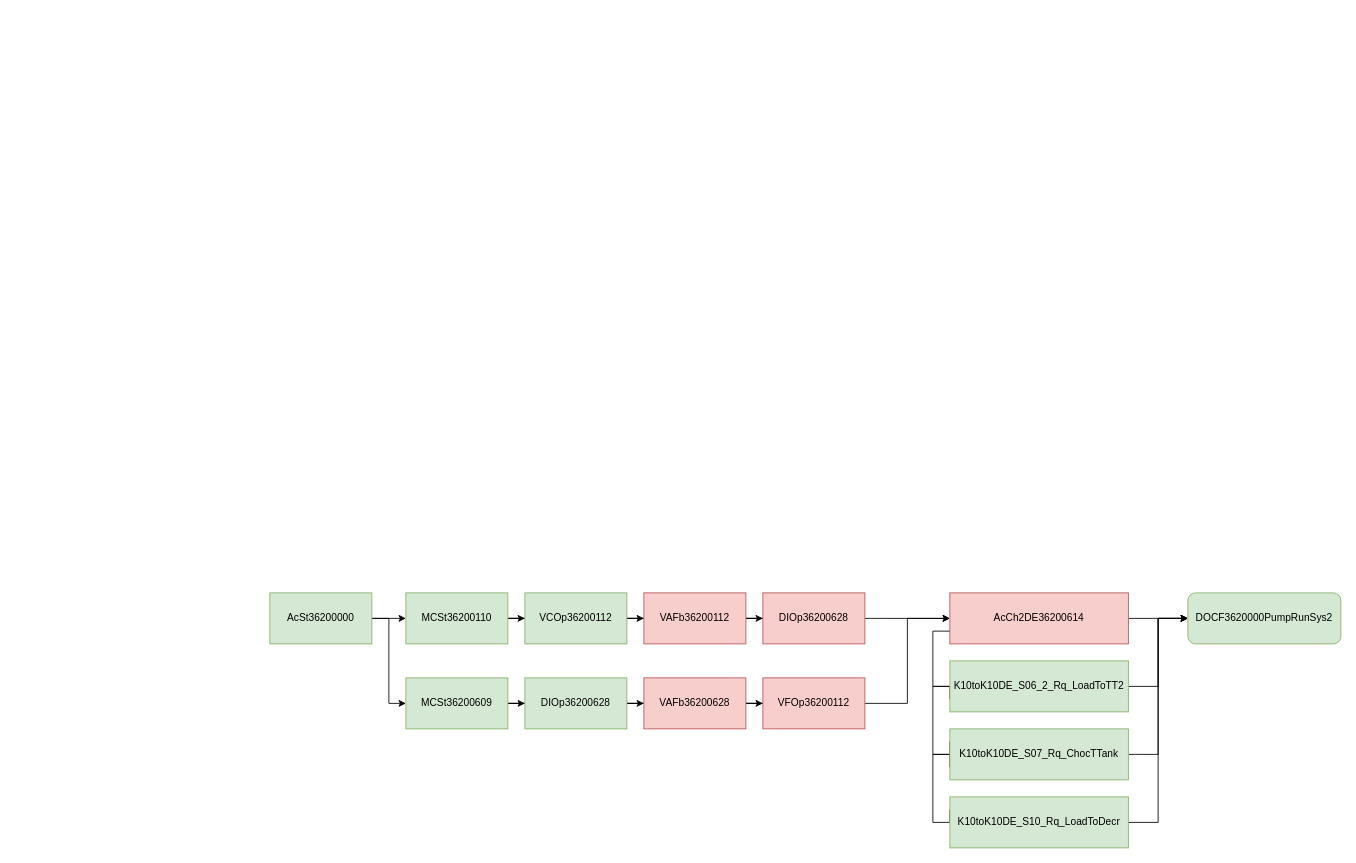
Before: Фильтра BL2.drawio in Emakarov11/drawio, a draw.io diagram. Source tidied: cells renumbered, new cells numbered last; positions are measured from the earlier drawing's top-left corner, leaving out a move shared by most shapes. Both pictures are drawn from the tidied source at 85%, with x=0, y=0 at pixel (269, 592).
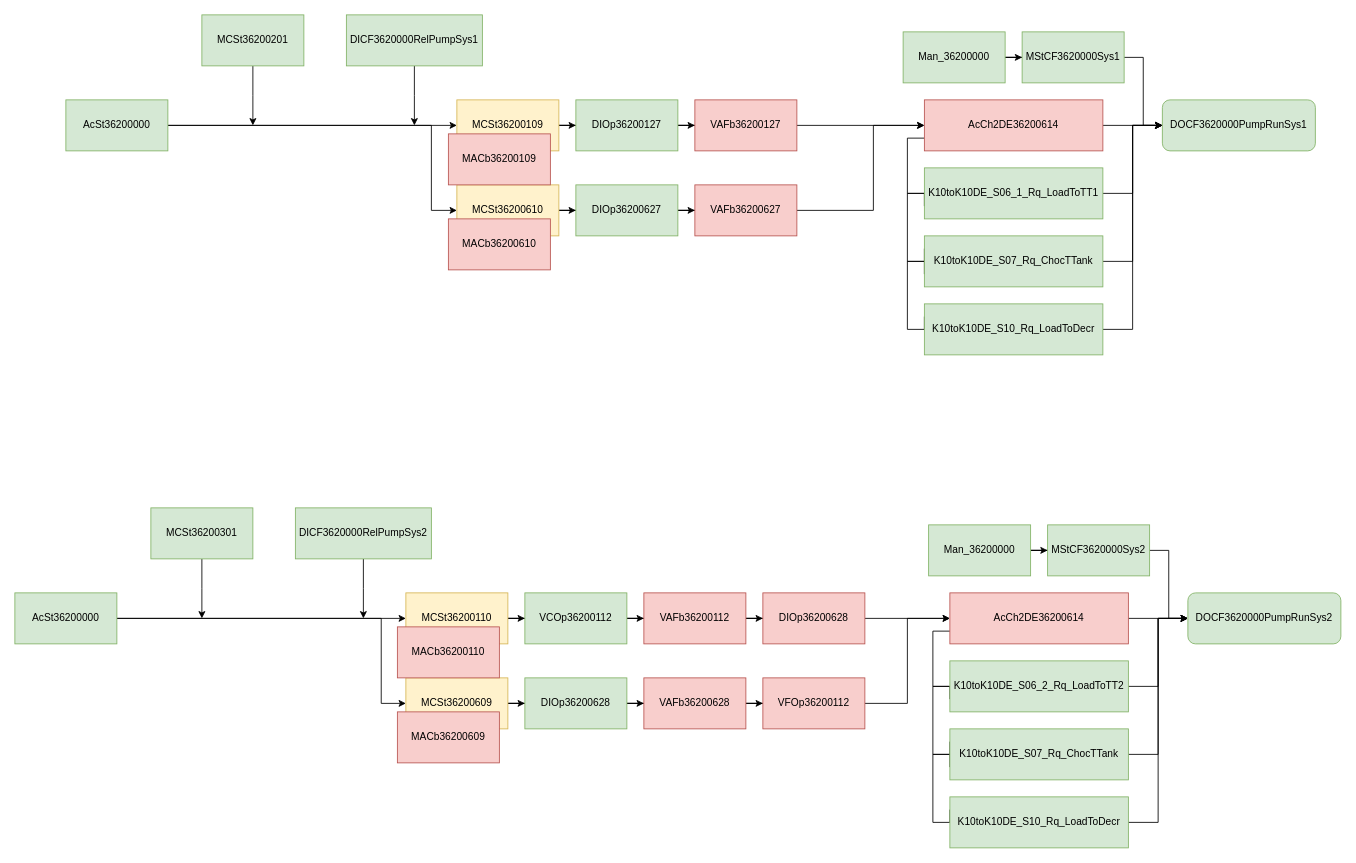
The same page after the edit.

The change refers to these unchanged cells:
```xml
<mxCell id="32" value="DOCF3620000PumpRunSys2" style="rounded=1;whiteSpace=wrap;html=1;fillColor=#d5e8d4;strokeColor=#82b366;" parent="1" vertex="1">
  <mxGeometry x="1080" width="180" height="60" as="geometry" />
</mxCell>
```

Change to the diagram source:
```diff
@@
     <mxCell id="3" style="edgeStyle=orthogonalEdgeStyle;rounded=0;jettySize=auto;html=1;entryX=0;entryY=0.5;entryDx=0;entryDy=0;" parent="1" edge="1" source="4" target="14">
-      <mxGeometry relative="1" as="geometry" />
+      <mxGeometry relative="1" as="geometry">
+        <Array as="points">
+          <mxPoint x="131" y="30" />
+          <mxPoint x="131" y="130" />
+        </Array>
+      </mxGeometry>
     </mxCell>
     <mxCell id="4" value="AcSt36200000" style="rounded=0;whiteSpace=wrap;html=1;fillColor=#d5e8d4;strokeColor=#82b366;" parent="1" vertex="1">
-      <mxGeometry width="120" height="60" as="geometry" />
+      <mxGeometry x="-300" width="120" height="60" as="geometry" />
     </mxCell>
@@
-    <mxCell id="6" value="MCSt36200110" style="rounded=0;whiteSpace=wrap;html=1;fillColor=#d5e8d4;strokeColor=#82b366;" parent="1" vertex="1">
+    <mxCell id="6" value="MCSt36200110" style="rounded=0;whiteSpace=wrap;html=1;fillColor=#fff2cc;strokeColor=#d6b656;" parent="1" vertex="1">
       <mxGeometry x="160" width="120" height="60" as="geometry" />
     </mxCell>
@@
-    <mxCell id="14" value="MCSt36200609" style="rounded=0;whiteSpace=wrap;html=1;fillColor=#d5e8d4;strokeColor=#82b366;" parent="1" vertex="1">
+    <mxCell id="14" value="MCSt36200609" style="rounded=0;whiteSpace=wrap;html=1;fillColor=#fff2cc;strokeColor=#d6b656;" parent="1" vertex="1">
       <mxGeometry x="160" y="100" width="120" height="60" as="geometry" />
     </mxCell>
@@
+    <mxCell id="33" style="edgeStyle=orthogonalEdgeStyle;rounded=0;jettySize=auto;html=1;" parent="1" edge="1" source="34" target="36">
+      <mxGeometry relative="1" as="geometry" />
+    </mxCell>
+    <mxCell id="34" value="Man_36200000" style="rounded=0;whiteSpace=wrap;html=1;fillColor=#d5e8d4;strokeColor=#82b366;" parent="1" vertex="1">
+      <mxGeometry x="775" y="-80" width="120" height="60" as="geometry" />
+    </mxCell>
+    <mxCell id="35" style="edgeStyle=orthogonalEdgeStyle;rounded=0;jettySize=auto;html=1;entryX=0;entryY=0.5;entryDx=0;entryDy=0;" parent="1" edge="1" source="36" target="32">
+      <mxGeometry relative="1" as="geometry" />
+    </mxCell>
+    <mxCell id="36" value="MStCF3620000Sys2" style="rounded=0;whiteSpace=wrap;html=1;fillColor=#d5e8d4;strokeColor=#82b366;" parent="1" vertex="1">
+      <mxGeometry x="915" y="-80" width="120" height="60" as="geometry" />
+    </mxCell>
+    <mxCell id="37" value="MACb36200609" style="rounded=0;whiteSpace=wrap;html=1;fillColor=#f8cecc;strokeColor=#b85450;" parent="1" vertex="1">
+      <mxGeometry x="150" y="140" width="120" height="60" as="geometry" />
+    </mxCell>
+    <mxCell id="38" value="MACb36200110" style="rounded=0;whiteSpace=wrap;html=1;fillColor=#f8cecc;strokeColor=#b85450;" parent="1" vertex="1">
+      <mxGeometry x="150" y="40" width="120" height="60" as="geometry" />
+    </mxCell>
+    <mxCell id="39" style="edgeStyle=orthogonalEdgeStyle;rounded=0;jettySize=auto;html=1;" parent="1" edge="1" source="40">
+      <mxGeometry relative="1" as="geometry">
+        <mxPoint x="110" y="30" as="targetPoint" />
+      </mxGeometry>
+    </mxCell>
+    <mxCell id="40" value="DICF3620000RelPumpSys2" style="rounded=0;whiteSpace=wrap;html=1;fillColor=#d5e8d4;strokeColor=#82b366;" parent="1" vertex="1">
+      <mxGeometry x="30" y="-100" width="160" height="60" as="geometry" />
+    </mxCell>
+    <mxCell id="41" style="edgeStyle=orthogonalEdgeStyle;rounded=0;jettySize=auto;html=1;" parent="1" edge="1" source="42">
+      <mxGeometry relative="1" as="geometry">
+        <mxPoint x="-80" y="30" as="targetPoint" />
+      </mxGeometry>
+    </mxCell>
+    <mxCell id="42" value="MCSt36200301" style="rounded=0;whiteSpace=wrap;html=1;fillColor=#d5e8d4;strokeColor=#82b366;" parent="1" vertex="1">
+      <mxGeometry x="-140" y="-100" width="120" height="60" as="geometry" />
+    </mxCell>
+    <mxCell id="43" style="edgeStyle=orthogonalEdgeStyle;rounded=0;jettySize=auto;html=1;" parent="1" edge="1" source="45" target="47">
+      <mxGeometry relative="1" as="geometry" />
+    </mxCell>
+    <mxCell id="44" style="edgeStyle=orthogonalEdgeStyle;rounded=0;jettySize=auto;html=1;entryX=0;entryY=0.5;entryDx=0;entryDy=0;" parent="1" edge="1" source="45" target="53">
+      <mxGeometry relative="1" as="geometry">
+        <Array as="points">
+          <mxPoint x="190" y="-550" />
+          <mxPoint x="190" y="-450" />
+        </Array>
+      </mxGeometry>
+    </mxCell>
+    <mxCell id="45" value="AcSt36200000" style="rounded=0;whiteSpace=wrap;html=1;fillColor=#d5e8d4;strokeColor=#82b366;" parent="1" vertex="1">
+      <mxGeometry x="-240" y="-580" width="120" height="60" as="geometry" />
+    </mxCell>
+    <mxCell id="46" style="edgeStyle=orthogonalEdgeStyle;rounded=0;jettySize=auto;html=1;" parent="1" edge="1" source="47" target="49">
+      <mxGeometry relative="1" as="geometry" />
+    </mxCell>
+    <mxCell id="47" value="MCSt36200109" style="rounded=0;whiteSpace=wrap;html=1;fillColor=#fff2cc;strokeColor=#d6b656;" parent="1" vertex="1">
+      <mxGeometry x="220" y="-580" width="120" height="60" as="geometry" />
+    </mxCell>
+    <mxCell id="48" style="edgeStyle=orthogonalEdgeStyle;rounded=0;jettySize=auto;html=1;" parent="1" edge="1" source="49" target="51">
+      <mxGeometry relative="1" as="geometry" />
+    </mxCell>
+    <mxCell id="49" value="DIOp36200127" style="rounded=0;whiteSpace=wrap;html=1;fillColor=#d5e8d4;strokeColor=#82b366;" parent="1" vertex="1">
+      <mxGeometry x="360" y="-580" width="120" height="60" as="geometry" />
+    </mxCell>
+    <mxCell id="50" style="edgeStyle=orthogonalEdgeStyle;rounded=0;jettySize=auto;html=1;entryX=0;entryY=0.5;entryDx=0;entryDy=0;" parent="1" edge="1" source="51" target="60">
+      <mxGeometry relative="1" as="geometry" />
+    </mxCell>
+    <mxCell id="51" value="VAFb36200127" style="rounded=0;whiteSpace=wrap;html=1;fillColor=#f8cecc;strokeColor=#b85450;" parent="1" vertex="1">
+      <mxGeometry x="500" y="-580" width="120" height="60" as="geometry" />
+    </mxCell>
+    <mxCell id="52" style="edgeStyle=orthogonalEdgeStyle;rounded=0;jettySize=auto;html=1;" parent="1" edge="1" source="53" target="55">
+      <mxGeometry relative="1" as="geometry" />
+    </mxCell>
+    <mxCell id="53" value="MCSt36200610" style="rounded=0;whiteSpace=wrap;html=1;fillColor=#fff2cc;strokeColor=#d6b656;" parent="1" vertex="1">
+      <mxGeometry x="220" y="-480" width="120" height="60" as="geometry" />
+    </mxCell>
+    <mxCell id="54" style="edgeStyle=orthogonalEdgeStyle;rounded=0;jettySize=auto;html=1;" parent="1" edge="1" source="55" target="57">
+      <mxGeometry relative="1" as="geometry" />
+    </mxCell>
+    <mxCell id="55" value="DIOp36200627" style="rounded=0;whiteSpace=wrap;html=1;fillColor=#d5e8d4;strokeColor=#82b366;" parent="1" vertex="1">
+      <mxGeometry x="360" y="-480" width="120" height="60" as="geometry" />
+    </mxCell>
+    <mxCell id="56" style="edgeStyle=orthogonalEdgeStyle;rounded=0;jettySize=auto;html=1;" parent="1" edge="1" source="57">
+      <mxGeometry relative="1" as="geometry">
+        <mxPoint x="770" y="-550" as="targetPoint" />
+        <Array as="points">
+          <mxPoint x="710" y="-450" />
+          <mxPoint x="710" y="-550" />
+        </Array>
+      </mxGeometry>
+    </mxCell>
+    <mxCell id="57" value="VAFb36200627" style="rounded=0;whiteSpace=wrap;html=1;fillColor=#f8cecc;strokeColor=#b85450;" parent="1" vertex="1">
+      <mxGeometry x="500" y="-480" width="120" height="60" as="geometry" />
+    </mxCell>
+    <mxCell id="58" style="edgeStyle=orthogonalEdgeStyle;rounded=0;jettySize=auto;html=1;entryX=0;entryY=0.5;entryDx=0;entryDy=0;" parent="1" edge="1" source="60" target="69">
+      <mxGeometry relative="1" as="geometry" />
+    </mxCell>
+    <mxCell id="59" style="edgeStyle=orthogonalEdgeStyle;rounded=0;jettySize=auto;html=1;exitX=0;exitY=0.75;exitDx=0;exitDy=0;entryX=0;entryY=0.5;entryDx=0;entryDy=0;endArrow=none;endFill=0;" parent="1" edge="1" source="60" target="63">
+      <mxGeometry relative="1" as="geometry">
+        <Array as="points">
+          <mxPoint x="750" y="-535" />
+          <mxPoint x="750" y="-470" />
+        </Array>
+      </mxGeometry>
+    </mxCell>
+    <mxCell id="60" value="AcCh2DE36200614" style="rounded=0;whiteSpace=wrap;html=1;fillColor=#f8cecc;strokeColor=#b85450;" parent="1" vertex="1">
+      <mxGeometry x="770" y="-580" width="210" height="60" as="geometry" />
+    </mxCell>
+    <mxCell id="61" style="edgeStyle=orthogonalEdgeStyle;rounded=0;jettySize=auto;html=1;entryX=0;entryY=0.5;entryDx=0;entryDy=0;" parent="1" edge="1" source="63" target="69">
+      <mxGeometry relative="1" as="geometry" />
+    </mxCell>
+    <mxCell id="62" style="edgeStyle=orthogonalEdgeStyle;rounded=0;jettySize=auto;html=1;exitX=0;exitY=0.75;exitDx=0;exitDy=0;entryX=0;entryY=0.25;entryDx=0;entryDy=0;endArrow=none;endFill=0;" parent="1" edge="1" source="63" target="66">
+      <mxGeometry relative="1" as="geometry">
+        <Array as="points">
+          <mxPoint x="770" y="-470" />
+          <mxPoint x="750" y="-470" />
+          <mxPoint x="750" y="-390" />
+          <mxPoint x="770" y="-390" />
+        </Array>
+      </mxGeometry>
+    </mxCell>
+    <mxCell id="63" value="K10toK10DE_S06_1_Rq_LoadToTT1" style="rounded=0;whiteSpace=wrap;html=1;fillColor=#d5e8d4;strokeColor=#82b366;" parent="1" vertex="1">
+      <mxGeometry x="770" y="-500" width="210" height="60" as="geometry" />
+    </mxCell>
+    <mxCell id="64" style="edgeStyle=orthogonalEdgeStyle;rounded=0;jettySize=auto;html=1;entryX=0;entryY=0.5;entryDx=0;entryDy=0;" parent="1" edge="1" source="66" target="69">
+      <mxGeometry relative="1" as="geometry" />
+    </mxCell>
+    <mxCell id="65" style="edgeStyle=orthogonalEdgeStyle;rounded=0;jettySize=auto;html=1;exitX=0;exitY=0.75;exitDx=0;exitDy=0;entryX=0;entryY=0.25;entryDx=0;entryDy=0;endArrow=none;endFill=0;" parent="1" edge="1" source="66" target="68">
+      <mxGeometry relative="1" as="geometry">
+        <Array as="points">
+          <mxPoint x="770" y="-390" />
+          <mxPoint x="750" y="-390" />
+          <mxPoint x="750" y="-310" />
+          <mxPoint x="770" y="-310" />
+        </Array>
+      </mxGeometry>
+    </mxCell>
+    <mxCell id="66" value="K10toK10DE_S07_Rq_ChocTTank" style="rounded=0;whiteSpace=wrap;html=1;fillColor=#d5e8d4;strokeColor=#82b366;" parent="1" vertex="1">
+      <mxGeometry x="770" y="-420" width="210" height="60" as="geometry" />
+    </mxCell>
+    <mxCell id="67" style="edgeStyle=orthogonalEdgeStyle;rounded=0;jettySize=auto;html=1;entryX=0;entryY=0.5;entryDx=0;entryDy=0;" parent="1" edge="1" source="68" target="69">
+      <mxGeometry relative="1" as="geometry" />
+    </mxCell>
+    <mxCell id="68" value="K10toK10DE_S10_Rq_LoadToDecr" style="rounded=0;whiteSpace=wrap;html=1;fillColor=#d5e8d4;strokeColor=#82b366;" parent="1" vertex="1">
+      <mxGeometry x="770" y="-340" width="210" height="60" as="geometry" />
+    </mxCell>
+    <mxCell id="69" value="DOCF3620000PumpRunSys1" style="rounded=1;whiteSpace=wrap;html=1;fillColor=#d5e8d4;strokeColor=#82b366;" parent="1" vertex="1">
+      <mxGeometry x="1050" y="-580" width="180" height="60" as="geometry" />
+    </mxCell>
+    <mxCell id="70" style="edgeStyle=orthogonalEdgeStyle;rounded=0;jettySize=auto;html=1;" parent="1" edge="1" source="71" target="73">
+      <mxGeometry relative="1" as="geometry" />
+    </mxCell>
+    <mxCell id="71" value="Man_36200000" style="rounded=0;whiteSpace=wrap;html=1;fillColor=#d5e8d4;strokeColor=#82b366;" parent="1" vertex="1">
+      <mxGeometry x="745" y="-660" width="120" height="60" as="geometry" />
+    </mxCell>
+    <mxCell id="72" style="edgeStyle=orthogonalEdgeStyle;rounded=0;jettySize=auto;html=1;entryX=0;entryY=0.5;entryDx=0;entryDy=0;" parent="1" edge="1" source="73" target="69">
+      <mxGeometry relative="1" as="geometry" />
+    </mxCell>
+    <mxCell id="73" value="MStCF3620000Sys1" style="rounded=0;whiteSpace=wrap;html=1;fillColor=#d5e8d4;strokeColor=#82b366;" parent="1" vertex="1">
+      <mxGeometry x="885" y="-660" width="120" height="60" as="geometry" />
+    </mxCell>
+    <mxCell id="74" value="MACb36200610" style="rounded=0;whiteSpace=wrap;html=1;fillColor=#f8cecc;strokeColor=#b85450;" parent="1" vertex="1">
+      <mxGeometry x="210" y="-440" width="120" height="60" as="geometry" />
+    </mxCell>
+    <mxCell id="75" value="MACb36200109" style="rounded=0;whiteSpace=wrap;html=1;fillColor=#f8cecc;strokeColor=#b85450;" parent="1" vertex="1">
+      <mxGeometry x="210" y="-540" width="120" height="60" as="geometry" />
+    </mxCell>
+    <mxCell id="76" style="edgeStyle=orthogonalEdgeStyle;rounded=0;jettySize=auto;html=1;" parent="1" edge="1" source="77">
+      <mxGeometry relative="1" as="geometry">
+        <mxPoint x="170" y="-550" as="targetPoint" />
+      </mxGeometry>
+    </mxCell>
+    <mxCell id="77" value="DICF3620000RelPumpSys1" style="rounded=0;whiteSpace=wrap;html=1;fillColor=#d5e8d4;strokeColor=#82b366;" parent="1" vertex="1">
+      <mxGeometry x="90" y="-680" width="160" height="60" as="geometry" />
+    </mxCell>
+    <mxCell id="78" style="edgeStyle=orthogonalEdgeStyle;rounded=0;jettySize=auto;html=1;" parent="1" edge="1" source="79">
+      <mxGeometry relative="1" as="geometry">
+        <mxPoint x="-20" y="-550" as="targetPoint" />
+      </mxGeometry>
+    </mxCell>
+    <mxCell id="79" value="MCSt36200201" style="rounded=0;whiteSpace=wrap;html=1;fillColor=#d5e8d4;strokeColor=#82b366;" parent="1" vertex="1">
+      <mxGeometry x="-80" y="-680" width="120" height="60" as="geometry" />
+    </mxCell>
```
